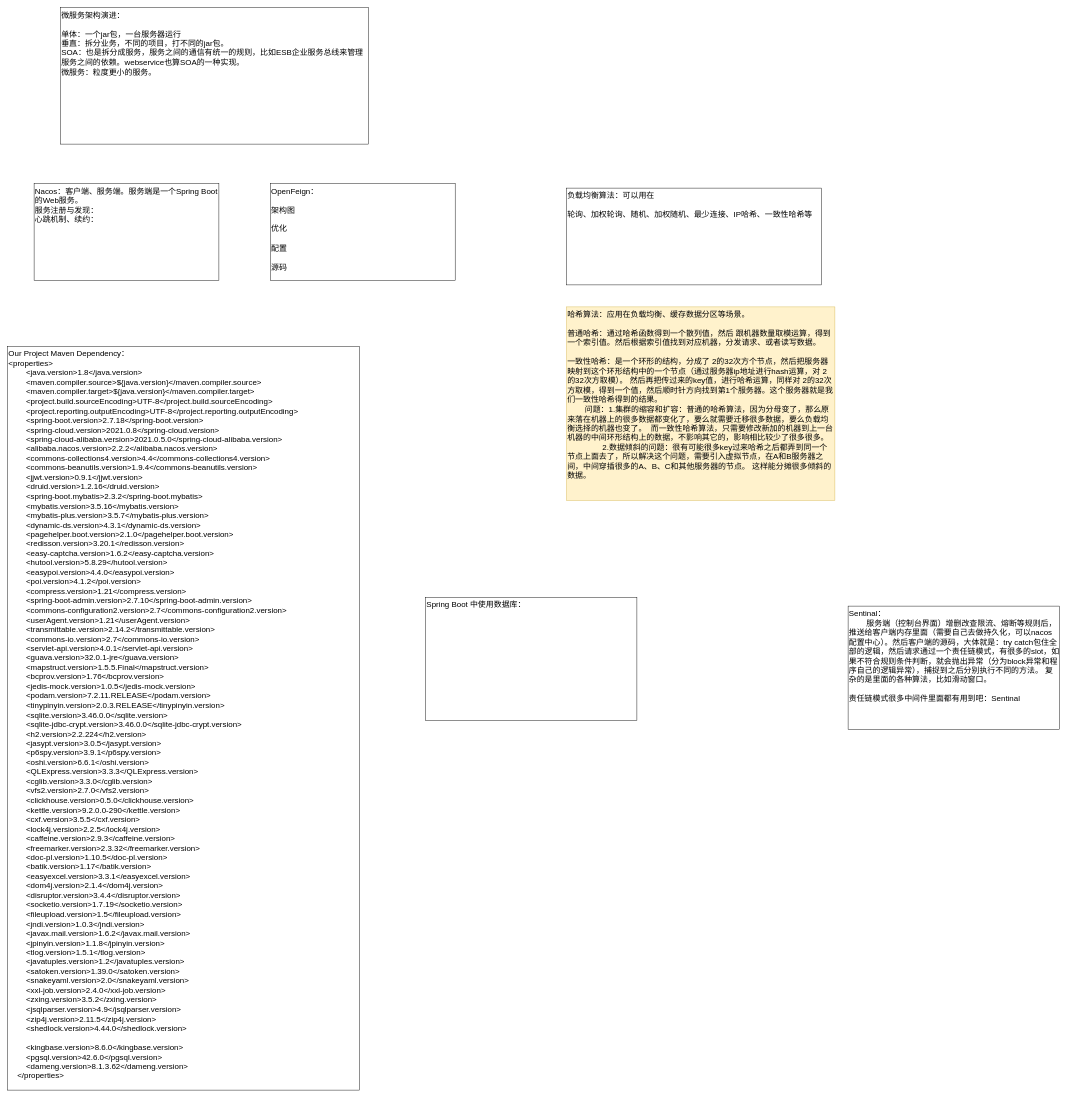
KGwolf/MyDraw keeps this draw.io diagram as JAVA/微服务.drawio. Above is the earlier version. Source tidied: cells renumbered, new cells numbered last; positions are measured from the earlier drawing's top-left corner, leaving out a move shared by most shapes. Both pictures are drawn from the tidied source at 44%, with x=0, y=0 at pixel (7, 7).
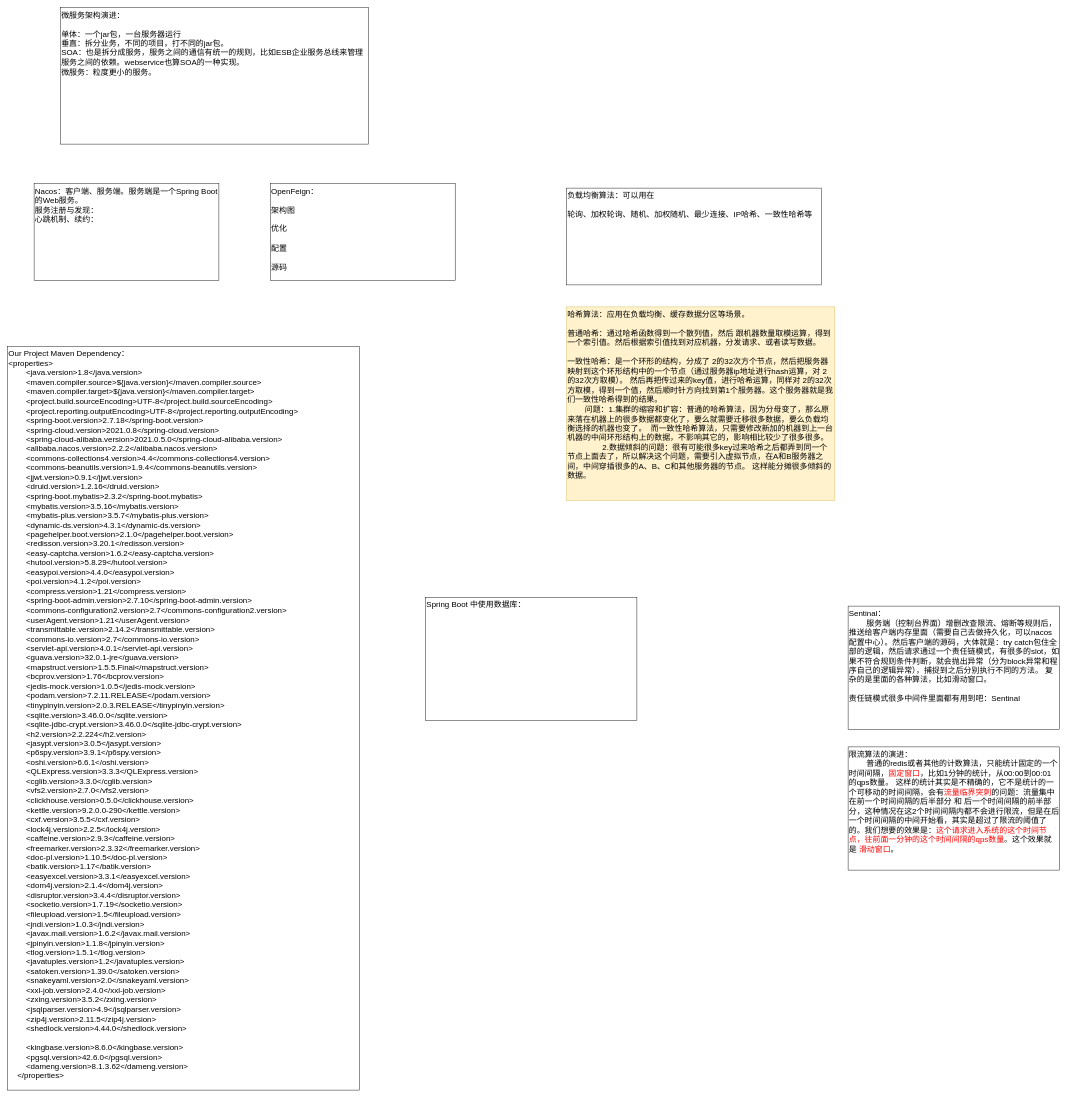
Above is the later version.

Commit message:
更新微服务.drawio

The edit, as a diff of the source:
```diff
@@
 <mxGraphModel>
   <root>
     <mxCell id="0" />
     <mxCell id="1" parent="0" />
     <mxCell id="2" value="Nacos：客户端、服务端。服务端是一个Spring Boot的Web服务。&lt;div&gt;服务注册与发现：&lt;/div&gt;&lt;div&gt;心跳机制、续约：&lt;br&gt;&lt;div&gt;&lt;br&gt;&lt;/div&gt;&lt;/div&gt;" style="rounded=0;whiteSpace=wrap;html=1;fontSize=18;verticalAlign=top;align=left;" parent="1" vertex="1">
       <mxGeometry x="60" y="400" width="420" height="220" as="geometry" />
     </mxCell>
     <mxCell id="3" value="&lt;div&gt;OpenFeign：&lt;/div&gt;&lt;div&gt;&lt;br&gt;&lt;/div&gt;&lt;div&gt;架构图&lt;/div&gt;&lt;div&gt;&lt;br&gt;&lt;/div&gt;&lt;div&gt;优化&lt;/div&gt;&lt;div&gt;&lt;br&gt;&lt;/div&gt;&lt;div&gt;配置&lt;/div&gt;&lt;div&gt;&lt;br&gt;&lt;/div&gt;&lt;div&gt;源码&lt;/div&gt;" style="rounded=0;whiteSpace=wrap;html=1;fontSize=18;verticalAlign=top;align=left;" parent="1" vertex="1">
       <mxGeometry x="597" y="400" width="420" height="220" as="geometry" />
     </mxCell>
     <mxCell id="4" value="Our Project Maven Dependency：&lt;div&gt;&lt;div&gt;&amp;lt;properties&amp;gt;&lt;/div&gt;&lt;div&gt;&amp;nbsp; &amp;nbsp; &amp;nbsp; &amp;nbsp; &amp;lt;java.version&amp;gt;1.8&amp;lt;/java.version&amp;gt;&lt;/div&gt;&lt;div&gt;&amp;nbsp; &amp;nbsp; &amp;nbsp; &amp;nbsp; &amp;lt;maven.compiler.source&amp;gt;${java.version}&amp;lt;/maven.compiler.source&amp;gt;&lt;/div&gt;&lt;div&gt;&amp;nbsp; &amp;nbsp; &amp;nbsp; &amp;nbsp; &amp;lt;maven.compiler.target&amp;gt;${java.version}&amp;lt;/maven.compiler.target&amp;gt;&lt;/div&gt;&lt;div&gt;&amp;nbsp; &amp;nbsp; &amp;nbsp; &amp;nbsp; &amp;lt;project.build.sourceEncoding&amp;gt;UTF-8&amp;lt;/project.build.sourceEncoding&amp;gt;&lt;/div&gt;&lt;div&gt;&amp;nbsp; &amp;nbsp; &amp;nbsp; &amp;nbsp; &amp;lt;project.reporting.outputEncoding&amp;gt;UTF-8&amp;lt;/project.reporting.outputEncoding&amp;gt;&lt;/div&gt;&lt;div&gt;&amp;nbsp; &amp;nbsp; &amp;nbsp; &amp;nbsp; &amp;lt;spring-boot.version&amp;gt;2.7.18&amp;lt;/spring-boot.version&amp;gt;&lt;/div&gt;&lt;div&gt;&amp;nbsp; &amp;nbsp; &amp;nbsp; &amp;nbsp; &amp;lt;spring-cloud.version&amp;gt;2021.0.8&amp;lt;/spring-cloud.version&amp;gt;&lt;/div&gt;&lt;div&gt;&amp;nbsp; &amp;nbsp; &amp;nbsp; &amp;nbsp; &amp;lt;spring-cloud-alibaba.version&amp;gt;2021.0.5.0&amp;lt;/spring-cloud-alibaba.version&amp;gt;&lt;/div&gt;&lt;div&gt;&amp;nbsp; &amp;nbsp; &amp;nbsp; &amp;nbsp; &amp;lt;alibaba.nacos.version&amp;gt;2.2.2&amp;lt;/alibaba.nacos.version&amp;gt;&lt;/div&gt;&lt;div&gt;&amp;nbsp; &amp;nbsp; &amp;nbsp; &amp;nbsp; &amp;lt;commons-collections4.version&amp;gt;4.4&amp;lt;/commons-collections4.version&amp;gt;&lt;/div&gt;&lt;div&gt;&amp;nbsp; &amp;nbsp; &amp;nbsp; &amp;nbsp; &amp;lt;commons-beanutils.version&amp;gt;1.9.4&amp;lt;/commons-beanutils.version&amp;gt;&lt;/div&gt;&lt;div&gt;&amp;nbsp; &amp;nbsp; &amp;nbsp; &amp;nbsp; &amp;lt;jjwt.version&amp;gt;0.9.1&amp;lt;/jjwt.version&amp;gt;&lt;/div&gt;&lt;div&gt;&amp;nbsp; &amp;nbsp; &amp;nbsp; &amp;nbsp; &amp;lt;druid.version&amp;gt;1.2.16&amp;lt;/druid.version&amp;gt;&lt;/div&gt;&lt;div&gt;&amp;nbsp; &amp;nbsp; &amp;nbsp; &amp;nbsp; &amp;lt;spring-boot.mybatis&amp;gt;2.3.2&amp;lt;/spring-boot.mybatis&amp;gt;&lt;/div&gt;&lt;div&gt;&amp;nbsp; &amp;nbsp; &amp;nbsp; &amp;nbsp; &amp;lt;mybatis.version&amp;gt;3.5.16&amp;lt;/mybatis.version&amp;gt;&lt;/div&gt;&lt;div&gt;&amp;nbsp; &amp;nbsp; &amp;nbsp; &amp;nbsp; &amp;lt;mybatis-plus.version&amp;gt;3.5.7&amp;lt;/mybatis-plus.version&amp;gt;&lt;/div&gt;&lt;div&gt;&amp;nbsp; &amp;nbsp; &amp;nbsp; &amp;nbsp; &amp;lt;dynamic-ds.version&amp;gt;4.3.1&amp;lt;/dynamic-ds.version&amp;gt;&lt;/div&gt;&lt;div&gt;&amp;nbsp; &amp;nbsp; &amp;nbsp; &amp;nbsp; &amp;lt;pagehelper.boot.version&amp;gt;2.1.0&amp;lt;/pagehelper.boot.version&amp;gt;&lt;/div&gt;&lt;div&gt;&amp;nbsp; &amp;nbsp; &amp;nbsp; &amp;nbsp; &amp;lt;redisson.version&amp;gt;3.20.1&amp;lt;/redisson.version&amp;gt;&lt;/div&gt;&lt;div&gt;&amp;nbsp; &amp;nbsp; &amp;nbsp; &amp;nbsp; &amp;lt;easy-captcha.version&amp;gt;1.6.2&amp;lt;/easy-captcha.version&amp;gt;&lt;/div&gt;&lt;div&gt;&amp;nbsp; &amp;nbsp; &amp;nbsp; &amp;nbsp; &amp;lt;hutool.version&amp;gt;5.8.29&amp;lt;/hutool.version&amp;gt;&lt;/div&gt;&lt;div&gt;&amp;nbsp; &amp;nbsp; &amp;nbsp; &amp;nbsp; &amp;lt;easypoi.version&amp;gt;4.4.0&amp;lt;/easypoi.version&amp;gt;&lt;/div&gt;&lt;div&gt;&amp;nbsp; &amp;nbsp; &amp;nbsp; &amp;nbsp; &amp;lt;poi.version&amp;gt;4.1.2&amp;lt;/poi.version&amp;gt;&lt;/div&gt;&lt;div&gt;&amp;nbsp; &amp;nbsp; &amp;nbsp; &amp;nbsp; &amp;lt;compress.version&amp;gt;1.21&amp;lt;/compress.version&amp;gt;&lt;/div&gt;&lt;div&gt;&amp;nbsp; &amp;nbsp; &amp;nbsp; &amp;nbsp; &amp;lt;spring-boot-admin.version&amp;gt;2.7.10&amp;lt;/spring-boot-admin.version&amp;gt;&lt;/div&gt;&lt;div&gt;&amp;nbsp; &amp;nbsp; &amp;nbsp; &amp;nbsp; &amp;lt;commons-configuration2.version&amp;gt;2.7&amp;lt;/commons-configuration2.version&amp;gt;&lt;/div&gt;&lt;div&gt;&amp;nbsp; &amp;nbsp; &amp;nbsp; &amp;nbsp; &amp;lt;userAgent.version&amp;gt;1.21&amp;lt;/userAgent.version&amp;gt;&lt;/div&gt;&lt;div&gt;&amp;nbsp; &amp;nbsp; &amp;nbsp; &amp;nbsp; &amp;lt;transmittable.version&amp;gt;2.14.2&amp;lt;/transmittable.version&amp;gt;&lt;/div&gt;&lt;div&gt;&amp;nbsp; &amp;nbsp; &amp;nbsp; &amp;nbsp; &amp;lt;commons-io.version&amp;gt;2.7&amp;lt;/commons-io.version&amp;gt;&lt;/div&gt;&lt;div&gt;&amp;nbsp; &amp;nbsp; &amp;nbsp; &amp;nbsp; &amp;lt;servlet-api.version&amp;gt;4.0.1&amp;lt;/servlet-api.version&amp;gt;&lt;/div&gt;&lt;div&gt;&amp;nbsp; &amp;nbsp; &amp;nbsp; &amp;nbsp; &amp;lt;guava.version&amp;gt;32.0.1-jre&amp;lt;/guava.version&amp;gt;&lt;/div&gt;&lt;div&gt;&amp;nbsp; &amp;nbsp; &amp;nbsp; &amp;nbsp; &amp;lt;mapstruct.version&amp;gt;1.5.5.Final&amp;lt;/mapstruct.version&amp;gt;&lt;/div&gt;&lt;div&gt;&amp;nbsp; &amp;nbsp; &amp;nbsp; &amp;nbsp; &amp;lt;bcprov.version&amp;gt;1.76&amp;lt;/bcprov.version&amp;gt;&lt;/div&gt;&lt;div&gt;&amp;nbsp; &amp;nbsp; &amp;nbsp; &amp;nbsp; &amp;lt;jedis-mock.version&amp;gt;1.0.5&amp;lt;/jedis-mock.version&amp;gt;&lt;/div&gt;&lt;div&gt;&amp;nbsp; &amp;nbsp; &amp;nbsp; &amp;nbsp; &amp;lt;podam.version&amp;gt;7.2.11.RELEASE&amp;lt;/podam.version&amp;gt;&lt;/div&gt;&lt;div&gt;&amp;nbsp; &amp;nbsp; &amp;nbsp; &amp;nbsp; &amp;lt;tinypinyin.version&amp;gt;2.0.3.RELEASE&amp;lt;/tinypinyin.version&amp;gt;&lt;/div&gt;&lt;div&gt;&amp;nbsp; &amp;nbsp; &amp;nbsp; &amp;nbsp; &amp;lt;sqlite.version&amp;gt;3.46.0.0&amp;lt;/sqlite.version&amp;gt;&lt;/div&gt;&lt;div&gt;&amp;nbsp; &amp;nbsp; &amp;nbsp; &amp;nbsp; &amp;lt;sqlite-jdbc-crypt.version&amp;gt;3.46.0.0&amp;lt;/sqlite-jdbc-crypt.version&amp;gt;&lt;/div&gt;&lt;div&gt;&amp;nbsp; &amp;nbsp; &amp;nbsp; &amp;nbsp; &amp;lt;h2.version&amp;gt;2.2.224&amp;lt;/h2.version&amp;gt;&lt;/div&gt;&lt;div&gt;&amp;nbsp; &amp;nbsp; &amp;nbsp; &amp;nbsp; &amp;lt;jasypt.version&amp;gt;3.0.5&amp;lt;/jasypt.version&amp;gt;&lt;/div&gt;&lt;div&gt;&amp;nbsp; &amp;nbsp; &amp;nbsp; &amp;nbsp; &amp;lt;p6spy.version&amp;gt;3.9.1&amp;lt;/p6spy.version&amp;gt;&lt;/div&gt;&lt;div&gt;&amp;nbsp; &amp;nbsp; &amp;nbsp; &amp;nbsp; &amp;lt;oshi.version&amp;gt;6.6.1&amp;lt;/oshi.version&amp;gt;&lt;/div&gt;&lt;div&gt;&amp;nbsp; &amp;nbsp; &amp;nbsp; &amp;nbsp; &amp;lt;QLExpress.version&amp;gt;3.3.3&amp;lt;/QLExpress.version&amp;gt;&lt;/div&gt;&lt;div&gt;&amp;nbsp; &amp;nbsp; &amp;nbsp; &amp;nbsp; &amp;lt;cglib.version&amp;gt;3.3.0&amp;lt;/cglib.version&amp;gt;&lt;/div&gt;&lt;div&gt;&amp;nbsp; &amp;nbsp; &amp;nbsp; &amp;nbsp; &amp;lt;vfs2.version&amp;gt;2.7.0&amp;lt;/vfs2.version&amp;gt;&lt;/div&gt;&lt;div&gt;&amp;nbsp; &amp;nbsp; &amp;nbsp; &amp;nbsp; &amp;lt;clickhouse.version&amp;gt;0.5.0&amp;lt;/clickhouse.version&amp;gt;&lt;/div&gt;&lt;div&gt;&amp;nbsp; &amp;nbsp; &amp;nbsp; &amp;nbsp; &amp;lt;kettle.version&amp;gt;9.2.0.0-290&amp;lt;/kettle.version&amp;gt;&lt;/div&gt;&lt;div&gt;&amp;nbsp; &amp;nbsp; &amp;nbsp; &amp;nbsp; &amp;lt;cxf.version&amp;gt;3.5.5&amp;lt;/cxf.version&amp;gt;&lt;/div&gt;&lt;div&gt;&amp;nbsp; &amp;nbsp; &amp;nbsp; &amp;nbsp; &amp;lt;lock4j.version&amp;gt;2.2.5&amp;lt;/lock4j.version&amp;gt;&lt;/div&gt;&lt;div&gt;&amp;nbsp; &amp;nbsp; &amp;nbsp; &amp;nbsp; &amp;lt;caffeine.version&amp;gt;2.9.3&amp;lt;/caffeine.version&amp;gt;&lt;/div&gt;&lt;div&gt;&amp;nbsp; &amp;nbsp; &amp;nbsp; &amp;nbsp; &amp;lt;freemarker.version&amp;gt;2.3.32&amp;lt;/freemarker.version&amp;gt;&lt;/div&gt;&lt;div&gt;&amp;nbsp; &amp;nbsp; &amp;nbsp; &amp;nbsp; &amp;lt;doc-pl.version&amp;gt;1.10.5&amp;lt;/doc-pl.version&amp;gt;&lt;/div&gt;&lt;div&gt;&amp;nbsp; &amp;nbsp; &amp;nbsp; &amp;nbsp; &amp;lt;batik.version&amp;gt;1.17&amp;lt;/batik.version&amp;gt;&lt;/div&gt;&lt;div&gt;&amp;nbsp; &amp;nbsp; &amp;nbsp; &amp;nbsp; &amp;lt;easyexcel.version&amp;gt;3.3.1&amp;lt;/easyexcel.version&amp;gt;&lt;/div&gt;&lt;div&gt;&amp;nbsp; &amp;nbsp; &amp;nbsp; &amp;nbsp; &amp;lt;dom4j.version&amp;gt;2.1.4&amp;lt;/dom4j.version&amp;gt;&lt;/div&gt;&lt;div&gt;&amp;nbsp; &amp;nbsp; &amp;nbsp; &amp;nbsp; &amp;lt;disruptor.version&amp;gt;3.4.4&amp;lt;/disruptor.version&amp;gt;&lt;/div&gt;&lt;div&gt;&amp;nbsp; &amp;nbsp; &amp;nbsp; &amp;nbsp; &amp;lt;socketio.version&amp;gt;1.7.19&amp;lt;/socketio.version&amp;gt;&lt;/div&gt;&lt;div&gt;&amp;nbsp; &amp;nbsp; &amp;nbsp; &amp;nbsp; &amp;lt;fileupload.version&amp;gt;1.5&amp;lt;/fileupload.version&amp;gt;&lt;/div&gt;&lt;div&gt;&amp;nbsp; &amp;nbsp; &amp;nbsp; &amp;nbsp; &amp;lt;jndi.version&amp;gt;1.0.3&amp;lt;/jndi.version&amp;gt;&lt;/div&gt;&lt;div&gt;&amp;nbsp; &amp;nbsp; &amp;nbsp; &amp;nbsp; &amp;lt;javax.mail.version&amp;gt;1.6.2&amp;lt;/javax.mail.version&amp;gt;&lt;/div&gt;&lt;div&gt;&amp;nbsp; &amp;nbsp; &amp;nbsp; &amp;nbsp; &amp;lt;jpinyin.version&amp;gt;1.1.8&amp;lt;/jpinyin.version&amp;gt;&lt;/div&gt;&lt;div&gt;&amp;nbsp; &amp;nbsp; &amp;nbsp; &amp;nbsp; &amp;lt;tlog.version&amp;gt;1.5.1&amp;lt;/tlog.version&amp;gt;&lt;/div&gt;&lt;div&gt;&amp;nbsp; &amp;nbsp; &amp;nbsp; &amp;nbsp; &amp;lt;javatuples.version&amp;gt;1.2&amp;lt;/javatuples.version&amp;gt;&lt;/div&gt;&lt;div&gt;&amp;nbsp; &amp;nbsp; &amp;nbsp; &amp;nbsp; &amp;lt;satoken.version&amp;gt;1.39.0&amp;lt;/satoken.version&amp;gt;&lt;/div&gt;&lt;div&gt;&amp;nbsp; &amp;nbsp; &amp;nbsp; &amp;nbsp; &amp;lt;snakeyaml.version&amp;gt;2.0&amp;lt;/snakeyaml.version&amp;gt;&lt;/div&gt;&lt;div&gt;&amp;nbsp; &amp;nbsp; &amp;nbsp; &amp;nbsp; &amp;lt;xxl-job.version&amp;gt;2.4.0&amp;lt;/xxl-job.version&amp;gt;&lt;/div&gt;&lt;div&gt;&amp;nbsp; &amp;nbsp; &amp;nbsp; &amp;nbsp; &amp;lt;zxing.version&amp;gt;3.5.2&amp;lt;/zxing.version&amp;gt;&lt;/div&gt;&lt;div&gt;&amp;nbsp; &amp;nbsp; &amp;nbsp; &amp;nbsp; &amp;lt;jsqlparser.version&amp;gt;4.9&amp;lt;/jsqlparser.version&amp;gt;&lt;/div&gt;&lt;div&gt;&amp;nbsp; &amp;nbsp; &amp;nbsp; &amp;nbsp; &amp;lt;zip4j.version&amp;gt;2.11.5&amp;lt;/zip4j.version&amp;gt;&lt;/div&gt;&lt;div&gt;&amp;nbsp; &amp;nbsp; &amp;nbsp; &amp;nbsp; &amp;lt;shedlock.version&amp;gt;4.44.0&amp;lt;/shedlock.version&amp;gt;&lt;/div&gt;&lt;div&gt;&lt;br&gt;&lt;/div&gt;&lt;div&gt;&amp;nbsp; &amp;nbsp; &amp;nbsp; &amp;nbsp; &amp;lt;kingbase.version&amp;gt;8.6.0&amp;lt;/kingbase.version&amp;gt;&lt;/div&gt;&lt;div&gt;&amp;nbsp; &amp;nbsp; &amp;nbsp; &amp;nbsp; &amp;lt;pgsql.version&amp;gt;42.6.0&amp;lt;/pgsql.version&amp;gt;&lt;/div&gt;&lt;div&gt;&amp;nbsp; &amp;nbsp; &amp;nbsp; &amp;nbsp; &amp;lt;dameng.version&amp;gt;8.1.3.62&amp;lt;/dameng.version&amp;gt;&lt;/div&gt;&lt;div&gt;&amp;nbsp; &amp;nbsp; &amp;lt;/properties&amp;gt;&lt;/div&gt;&lt;div&gt;&lt;br&gt;&lt;/div&gt;&lt;/div&gt;" style="rounded=0;whiteSpace=wrap;html=1;fontSize=18;verticalAlign=top;align=left;" parent="1" vertex="1">
       <mxGeometry y="770" width="800" height="1690" as="geometry" />
     </mxCell>
     <mxCell id="5" value="微服务架构演进：&lt;div&gt;&lt;br&gt;&lt;/div&gt;&lt;div&gt;单体：一个jar包，一台服务器运行&lt;/div&gt;&lt;div&gt;垂直：拆分业务，不同的项目，打不同的jar包。&lt;/div&gt;&lt;div&gt;SOA：也是拆分成服务，服务之间的通信有统一的规则，比如ESB企业服务总线来管理服务之间的依赖。webservice也算SOA的一种实现。&lt;/div&gt;&lt;div&gt;微服务：粒度更小的服务。&lt;br&gt;&lt;div&gt;&lt;br&gt;&lt;/div&gt;&lt;/div&gt;" style="rounded=0;whiteSpace=wrap;html=1;fontSize=18;verticalAlign=top;align=left;" parent="1" vertex="1">
       <mxGeometry x="120" width="700" height="310" as="geometry" />
     </mxCell>
     <mxCell id="6" value="&lt;div&gt;负载均衡算法：可以用在&lt;/div&gt;&lt;div&gt;&lt;br&gt;&lt;/div&gt;&lt;div&gt;轮询、加权轮询、随机、加权随机、最少连接、IP哈希、一致性哈希等&lt;/div&gt;" style="rounded=0;whiteSpace=wrap;html=1;fontSize=18;verticalAlign=top;align=left;" parent="1" vertex="1">
       <mxGeometry x="1270" y="410" width="580" height="220" as="geometry" />
     </mxCell>
     <mxCell id="7" value="&lt;div&gt;哈希算法：应用在负载均衡、缓存数据分区等场景。&lt;/div&gt;&lt;div&gt;&lt;br&gt;&lt;/div&gt;&lt;div&gt;普通哈希：通过哈希函数得到一个散列值，然后 跟机器数量取模运算，得到一个索引值。然后根据索引值找到对应机器，分发请求、或者读写数据。&lt;/div&gt;&lt;div&gt;&lt;br&gt;&lt;/div&gt;一致性哈希：是一个环形的结构，分成了 2的32次方个节点，然后把服务器映射到这个环形结构中的一个节点（通过服务器ip地址进行hash运算，对 2的32次方取模）。 然后再把传过来的key值，进行哈希运算，同样对 2的32次方取模，得到一个值，然后顺时针方向找到第1个服务器。这个服务器就是我们一致性哈希得到的结果。&lt;div&gt;&lt;span style=&quot;white-space: pre;&quot;&gt;&#9;&lt;/span&gt;问题：1.集群的缩容和扩容：普通的哈希算法，因为分母变了，那么原来落在机器上的很多数据都变化了，要么就需要迁移很多数据，要么负载均衡选择的机器也变了。&amp;nbsp; 而一致性哈希算法，只需要修改新加的机器到上一台机器的中间环形结构上的数据，不影响其它的，影响相比较少了很多很多。&lt;br&gt;&lt;/div&gt;&lt;div&gt;&lt;span style=&quot;white-space: pre;&quot;&gt;&#9;&lt;/span&gt;&lt;span style=&quot;white-space: pre;&quot;&gt;&#9;&lt;/span&gt;2.数据倾斜的问题：很有可能很多key过来哈希之后都弄到同一个节点上面去了，所以解决这个问题，需要引入虚拟节点，在A和B服务器之间，中间穿插很多的A、B、C和其他服务器的节点。 这样能分摊很多倾斜的数据。&lt;br&gt;&lt;/div&gt;" style="rounded=0;whiteSpace=wrap;html=1;fontSize=18;verticalAlign=top;align=left;fillColor=#fff2cc;strokeColor=#d6b656;" parent="1" vertex="1">
       <mxGeometry x="1270" y="680" width="610" height="440" as="geometry" />
     </mxCell>
     <mxCell id="8" value="Spring Boot 中使用数据库：" style="rounded=0;whiteSpace=wrap;html=1;fontSize=18;verticalAlign=top;align=left;" parent="1" vertex="1">
       <mxGeometry x="950" y="1340" width="480" height="280" as="geometry" />
     </mxCell>
     <mxCell id="9" value="Sentinal：&lt;div&gt;&lt;span style=&quot;white-space: pre;&quot;&gt;&#9;&lt;/span&gt;服务端（控制台界面）增删改查限流、熔断等规则后，推送给客户端内存里面（需要自己去做持久化，可以nacos配置中心）。然后客户端的源码，大体就是：try catch包住全部的逻辑，然后请求通过一个责任链模式，有很多的slot，如果不符合规则条件判断，就会抛出异常（分为block异常和程序自己的逻辑异常），捕捉到之后分别执行不同的方法。 复杂的是里面的各种算法，比如滑动窗口。&lt;br&gt;&lt;/div&gt;&lt;div&gt;&lt;br&gt;&lt;/div&gt;&lt;div&gt;责任链模式很多中间件里面都有用到吧：Sentinal&lt;/div&gt;&lt;div&gt;&lt;br&gt;&lt;/div&gt;" style="rounded=0;whiteSpace=wrap;html=1;fontSize=18;verticalAlign=top;align=left;" parent="1" vertex="1">
       <mxGeometry x="1910" y="1360" width="480" height="280" as="geometry" />
     </mxCell>
+    <mxCell id="10" value="限流算法的演进：&lt;div&gt;&lt;span style=&quot;white-space: pre;&quot;&gt;&#9;&lt;/span&gt;普通的redis或者其他的计数算法，只能统计固定的一个时间间隔，&lt;font style=&quot;color: rgb(255, 0, 0);&quot;&gt;固定窗口&lt;/font&gt;，比如1分钟的统计，从00:00到00:01的qps数量。 这样的统计其实是不精确的，&lt;span style=&quot;background-color: transparent; color: light-dark(rgb(0, 0, 0), rgb(255, 255, 255));&quot;&gt;它不是统计的一个可移动的时间间隔，&lt;/span&gt;&lt;span style=&quot;background-color: transparent; color: light-dark(rgb(0, 0, 0), rgb(255, 255, 255));&quot;&gt;会有&lt;/span&gt;&lt;font style=&quot;background-color: transparent; color: rgb(255, 0, 0);&quot;&gt;流量临界突刺&lt;/font&gt;&lt;span style=&quot;background-color: transparent; color: light-dark(rgb(0, 0, 0), rgb(255, 255, 255));&quot;&gt;的问题：流量集中在前一个时间间隔的后半部分 和 后一个时间间隔的前半部分，这种情况在这2个时间间隔内都不会进行限流，但是在后一个时间间隔的中间开始看，其实是超过了限流的阈值了的。我们想要的效果是：&lt;/span&gt;&lt;font style=&quot;background-color: transparent; color: rgb(255, 0, 0);&quot;&gt;这个请求进入系统的这个时间节点，往前面一分钟的这个时间间隔的qps数量&lt;/font&gt;&lt;span style=&quot;background-color: transparent; color: light-dark(rgb(0, 0, 0), rgb(255, 255, 255));&quot;&gt;。这个效果就是 &lt;/span&gt;&lt;font style=&quot;background-color: transparent; color: rgb(255, 0, 0);&quot;&gt;滑动窗口&lt;/font&gt;&lt;span style=&quot;background-color: transparent; color: light-dark(rgb(0, 0, 0), rgb(255, 255, 255));&quot;&gt;。&lt;/span&gt;&lt;/div&gt;&lt;div&gt;&lt;div&gt;&lt;br&gt;&lt;/div&gt;&lt;/div&gt;" style="rounded=0;whiteSpace=wrap;html=1;fontSize=18;verticalAlign=top;align=left;" parent="1" vertex="1">
+      <mxGeometry x="1910" y="1680" width="480" height="280" as="geometry" />
+    </mxCell>
   </root>
 </mxGraphModel>
```
